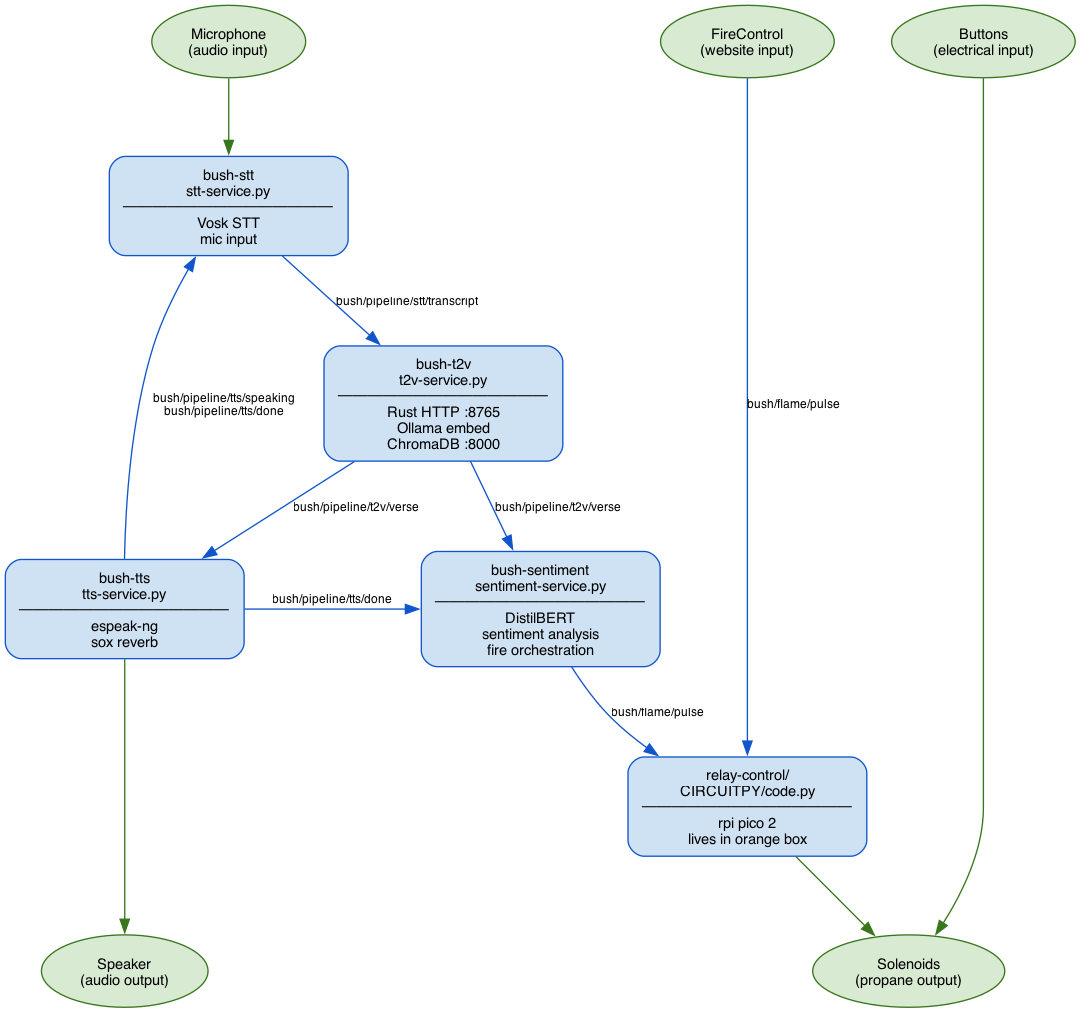
The Graphviz diagram docs/mqtt-architecture.png in FlamingBush/bushglue, before a commit. Its source is kept beside it as docs/mqtt-architecture.dot.
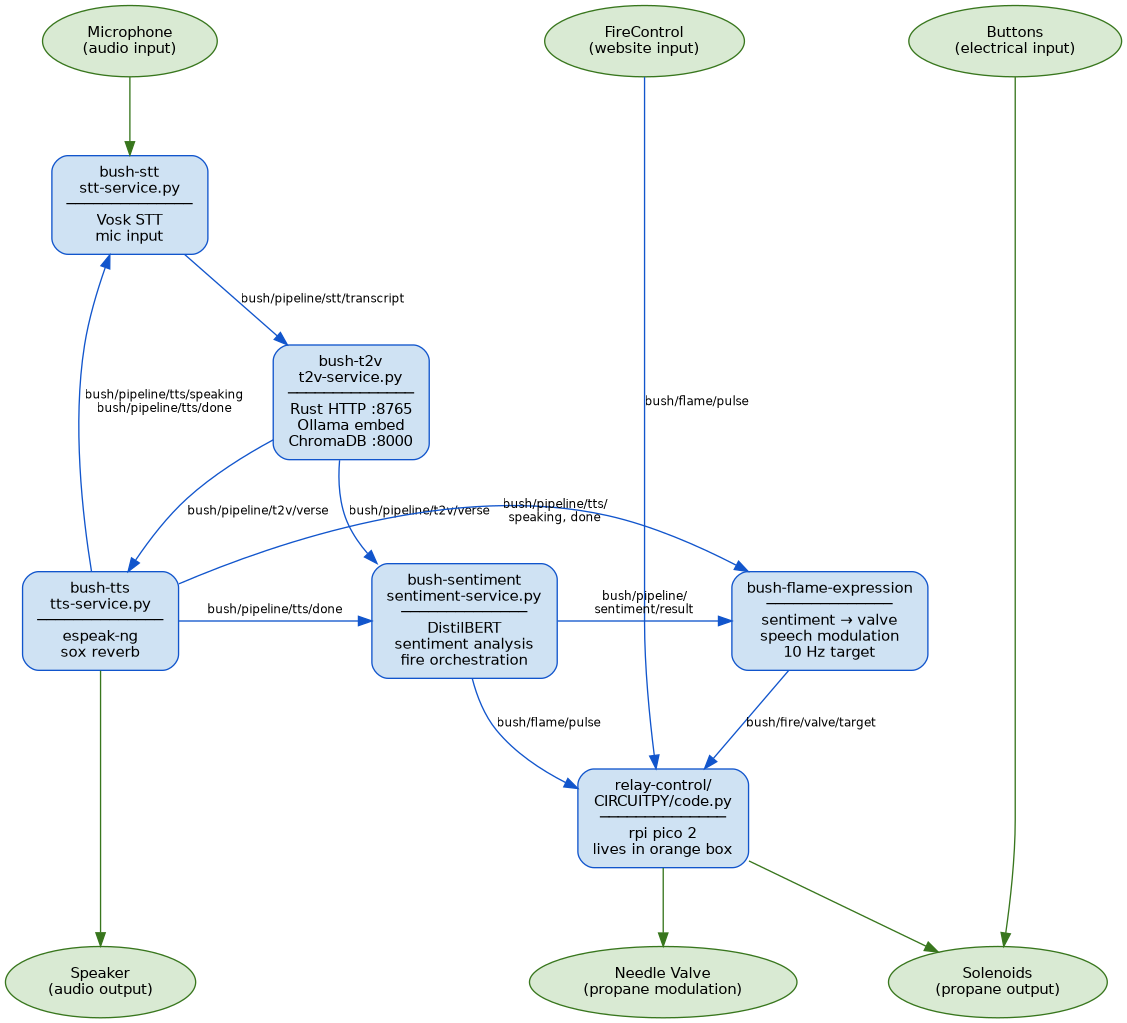
The same diagram one commit later.

Change to the diagram source:
```diff
@@ -34,10 +34,12 @@
     TTS [label="bush-tts\ntts-service.py\n──────────────\nespeak-ng\nsox reverb" fillcolor="#cfe2f3" color="#1155cc"]
     SENTIMENT [label="bush-sentiment\nsentiment-service.py\n──────────────\nDistilBERT\nsentiment analysis\nfire orchestration" fillcolor="#cfe2f3" color="#1155cc"]
     RELAYS [label="relay-control/\nCIRCUITPY/code.py\n──────────────\nrpi pico 2\nlives in orange box" fillcolor="#cfe2f3" color="#1155cc"]
+    FLAME_EXPR [label="bush-flame-expression\n──────────────\nsentiment → valve\nspeech modulation\n10 Hz target" fillcolor="#cfe2f3" color="#1155cc"]
+    NEEDLE_VALVE [label="Needle Valve\n(propane modulation)" shape=ellipse fillcolor="#d9ead3" color="#38761d"]
 
     { rank=source; MIC; BUTTONS; FIRECONTROL }
-    { rank=same; TTS; SENTIMENT }
-    { rank=sink; SPEAKER; FLAME }
+    { rank=same; TTS; SENTIMENT; FLAME_EXPR }
+    { rank=sink; SPEAKER; FLAME; NEEDLE_VALVE }
 
     MIC -> STT [color="#38761d"]
     TTS -> SPEAKER [color="#38761d"]
@@ -53,4 +55,9 @@
     FIRECONTROL -> RELAYS [label="bush/flame/pulse" color="#1155cc"]
     BUTTONS -> FLAME [color="#38761d"]
     RELAYS -> FLAME [color="#38761d"]
+
+    SENTIMENT -> FLAME_EXPR [label="bush/pipeline/\nsentiment/result" color="#1155cc"]
+    TTS -> FLAME_EXPR [label="bush/pipeline/tts/\nspeaking, done" color="#1155cc"]
+    FLAME_EXPR -> RELAYS [label="bush/fire/valve/target" color="#1155cc"]
+    RELAYS -> NEEDLE_VALVE [color="#38761d"]
 }
```
